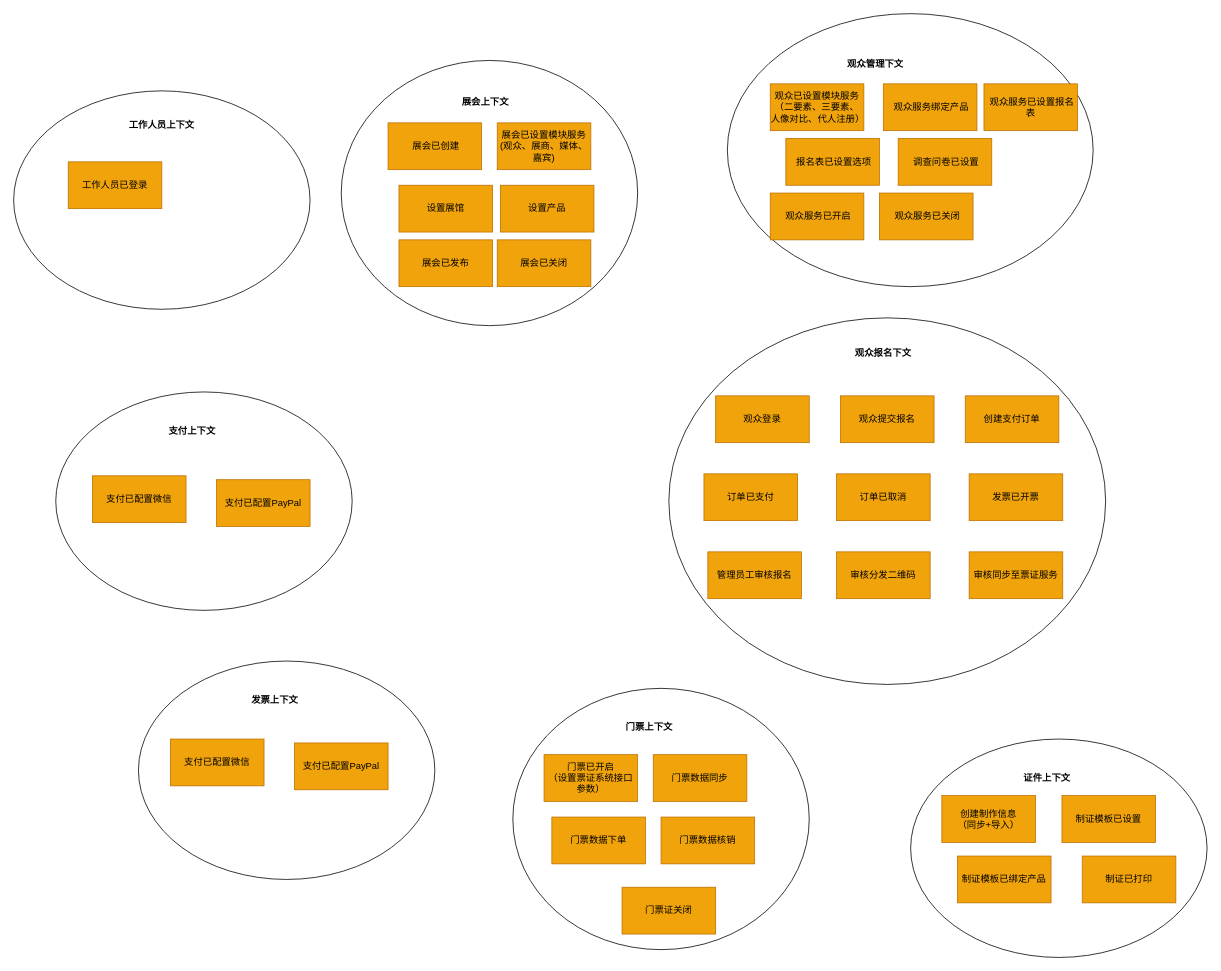
Before: page "上下文" (2 of 3) of 未命名绘图.drawio in flimsiness/toolkit, a draw.io diagram. Source tidied: cells renumbered, new cells numbered last; positions are measured from the earlier drawing's top-left corner, leaving out a move shared by most shapes. Both pictures are drawn from the tidied source at 78%, with x=0, y=0 at pixel (13, 13).
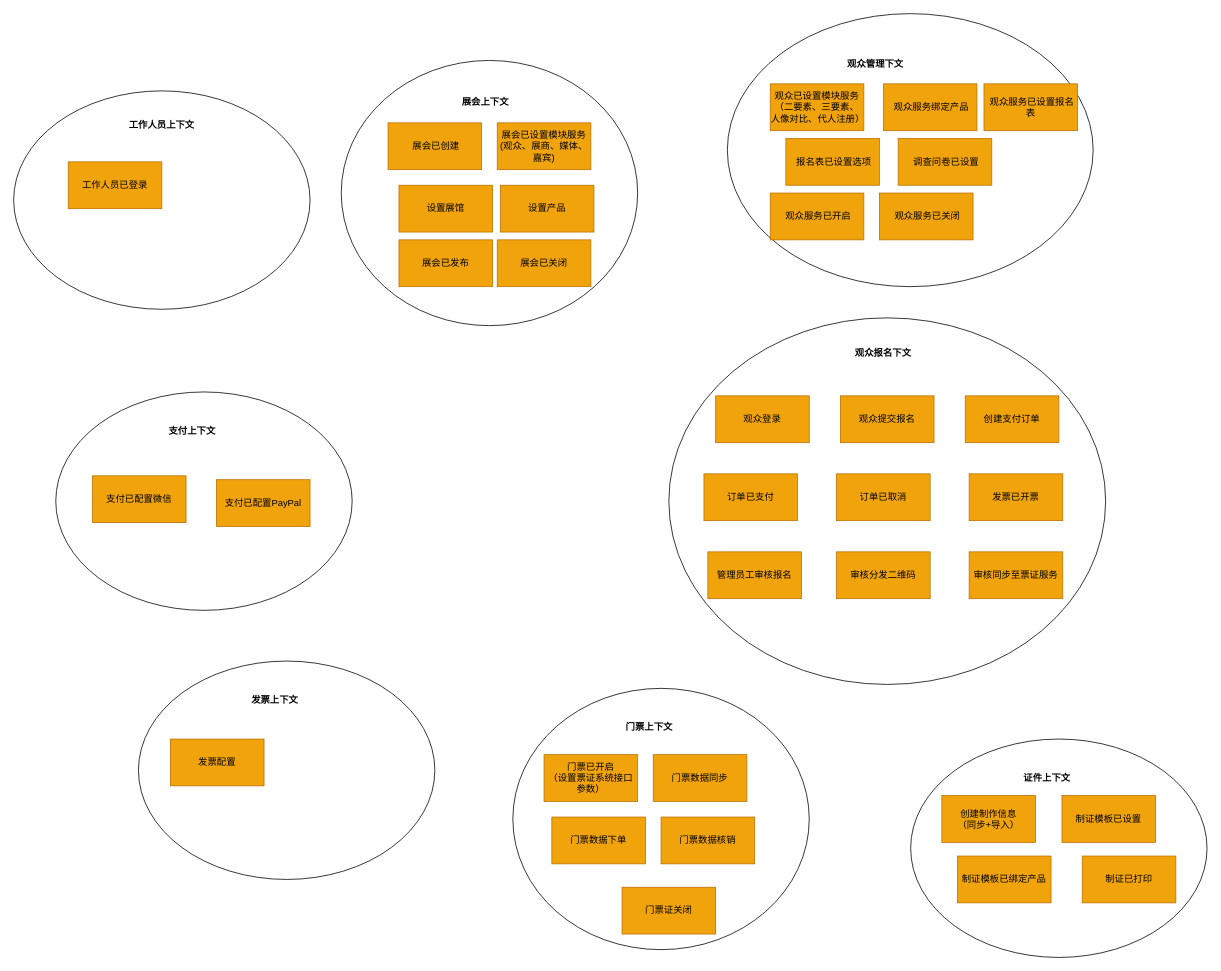
The same page after the edit.

What changed in the source:
```diff
@@
-    <mxCell id="41" value="支付已配置微信" style="rounded=0;whiteSpace=wrap;html=1;fillColor=#f0a30a;strokeColor=#BD7000;fontColor=#000000;" parent="1" vertex="1">
+    <mxCell id="41" value="发票配置" style="rounded=0;whiteSpace=wrap;html=1;fillColor=#f0a30a;strokeColor=#BD7000;fontColor=#000000;" parent="1" vertex="1">
       <mxGeometry x="201" y="930" width="120" height="60" as="geometry" />
     </mxCell>
-    <mxCell id="42" value="支付已配置PayPal" style="rounded=0;whiteSpace=wrap;html=1;fillColor=#f0a30a;strokeColor=#BD7000;fontColor=#000000;" parent="1" vertex="1">
-      <mxGeometry x="360" y="935" width="120" height="60" as="geometry" />
-    </mxCell>
```
